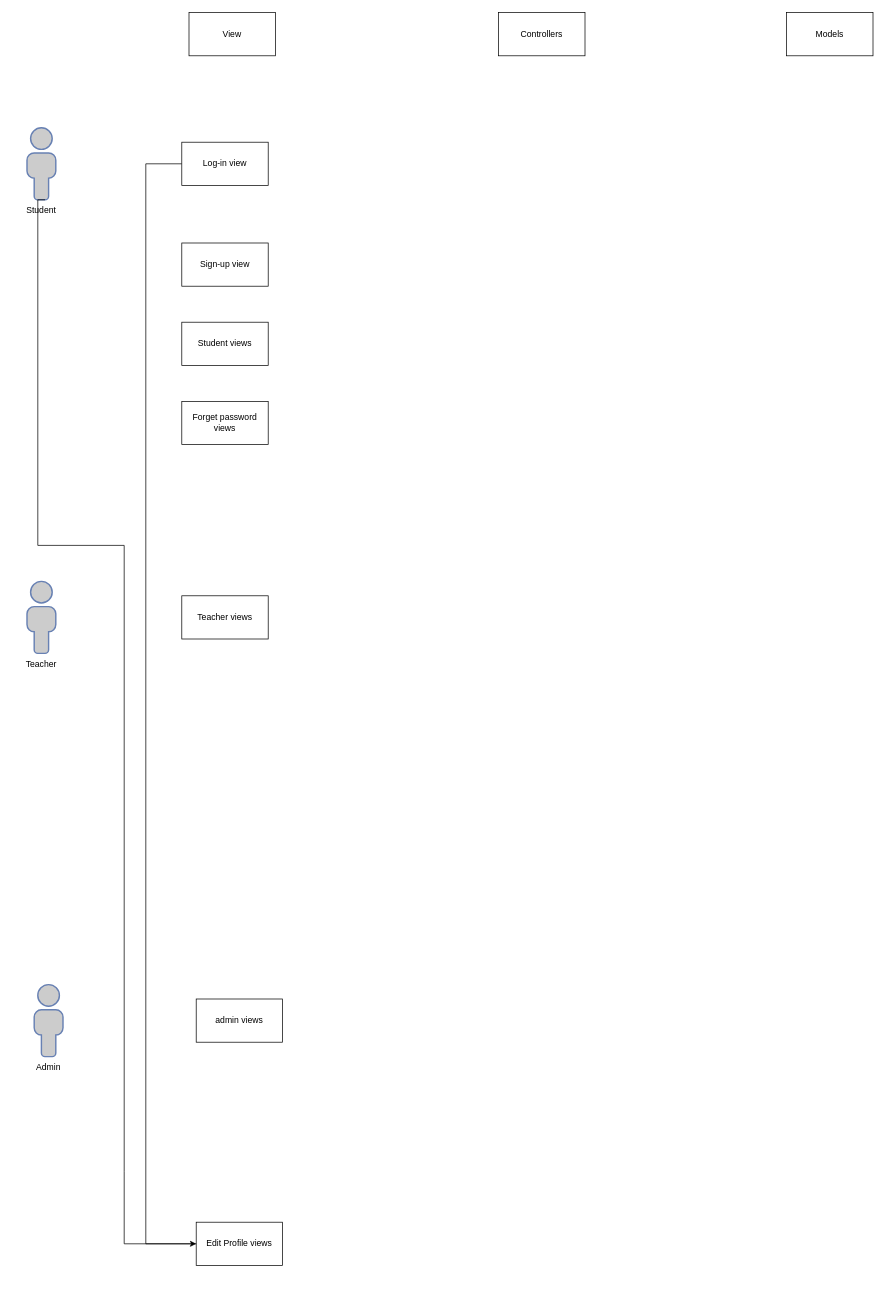
Before: Untitled Diagram.drawio in Abbsokhan/Abbasokhan, a draw.io diagram. Source tidied: cells renumbered, new cells numbered last; positions are measured from the earlier drawing's top-left corner, leaving out a move shared by most shapes. Both pictures are drawn from the tidied source at 72%, with x=0, y=0 at pixel (19, 12).
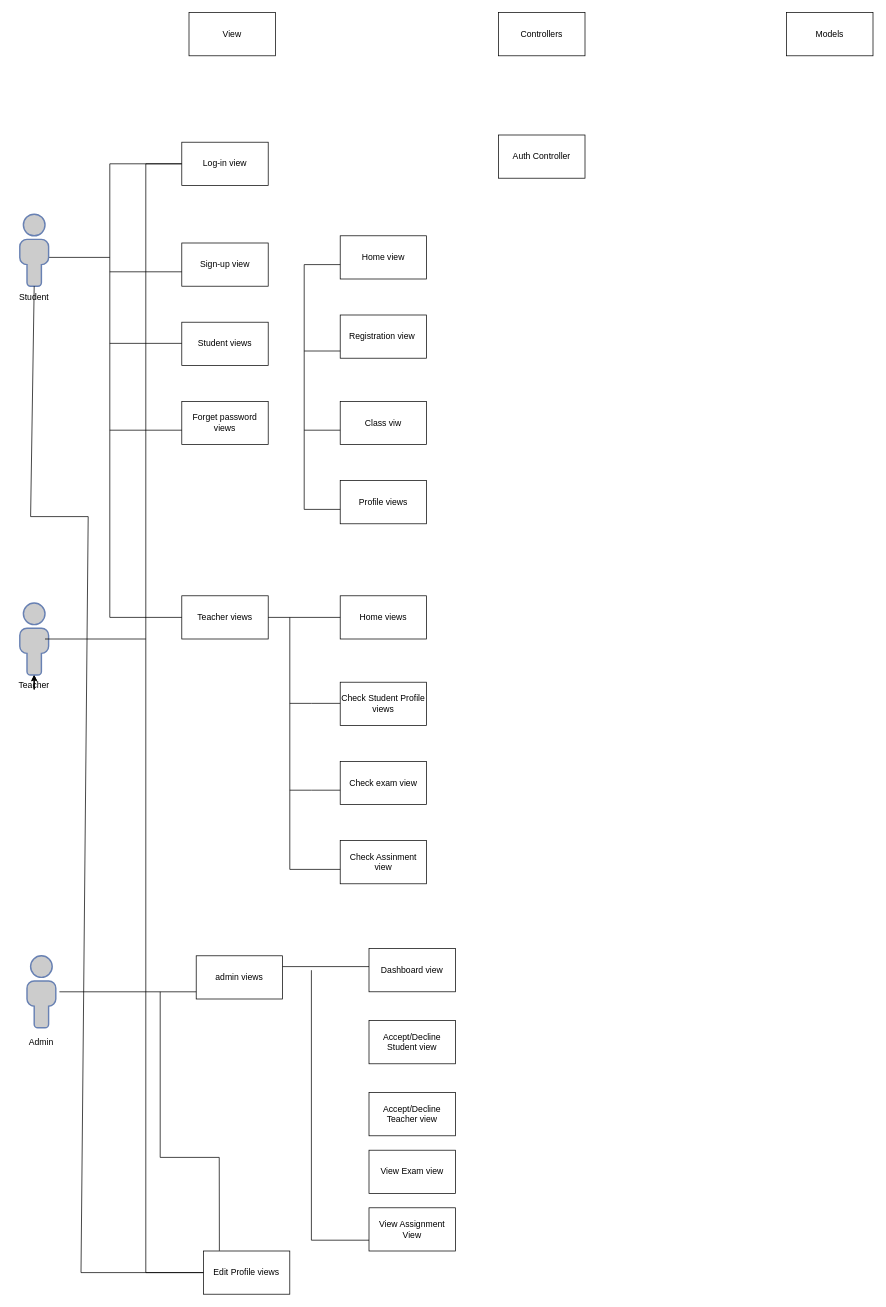
The same page after the edit.

Unchanged cells that the change refers to:
```xml
<mxCell id="12" value="Log-in view" style="rounded=0;whiteSpace=wrap;html=1;shadow=0;" parent="1" vertex="1">
  <mxGeometry x="225" y="180" width="120" height="60" as="geometry" />
</mxCell>
<mxCell id="15" value="Teacher views" style="rounded=0;whiteSpace=wrap;html=1;shadow=0;" parent="1" vertex="1">
  <mxGeometry x="225" y="810" width="120" height="60" as="geometry" />
</mxCell>
```

Diff of the diagram source:
```diff
@@
     <mxCell id="2" value="Student" style="text;strokeColor=none;align=center;fillColor=none;html=1;verticalAlign=middle;whiteSpace=wrap;rounded=0;" parent="1" vertex="1">
-      <mxGeometry y="260" width="60" height="30" as="geometry" />
+      <mxGeometry x="-10" y="380" width="60" height="30" as="geometry" />
     </mxCell>
+    <mxCell id="20" style="edgeStyle=orthogonalEdgeStyle;rounded=0;jettySize=auto;html=1;" parent="1" edge="1" source="3" target="6">
+      <mxGeometry relative="1" as="geometry" />
+    </mxCell>
+    <mxCell id="21" style="edgeStyle=orthogonalEdgeStyle;rounded=0;jettySize=auto;html=1;" parent="1" edge="1" source="3" target="6">
+      <mxGeometry relative="1" as="geometry" />
+    </mxCell>
     <mxCell id="3" value="Teacher" style="text;strokeColor=none;align=center;fillColor=none;html=1;verticalAlign=middle;whiteSpace=wrap;rounded=0;" parent="1" vertex="1">
-      <mxGeometry y="890" width="60" height="30" as="geometry" />
+      <mxGeometry x="-10" y="920" width="60" height="30" as="geometry" />
     </mxCell>
     <mxCell id="4" value="Admin" style="text;strokeColor=none;align=center;fillColor=none;html=1;verticalAlign=middle;whiteSpace=wrap;rounded=0;" parent="1" vertex="1">
-      <mxGeometry x="10" y="1450" width="60" height="30" as="geometry" />
+      <mxGeometry y="1415" width="60" height="30" as="geometry" />
     </mxCell>
-    <mxCell id="5" style="fontColor=#0066CC;verticalAlign=top;verticalLabelPosition=bottom;labelPosition=center;align=center;html=1;outlineConnect=0;fillColor=#CCCCCC;strokeColor=#6881B3;gradientColor=none;gradientDirection=north;strokeWidth=2;shape=mxgraph.networks.user_male;shadow=0;" parent="1" vertex="1">
-      <mxGeometry x="10" y="160" width="40" height="100" as="geometry" />
-    </mxCell>
     <mxCell id="6" style="fontColor=#0066CC;verticalAlign=top;verticalLabelPosition=bottom;labelPosition=center;align=center;html=1;outlineConnect=0;fillColor=#CCCCCC;strokeColor=#6881B3;gradientColor=none;gradientDirection=north;strokeWidth=2;shape=mxgraph.networks.user_male;shadow=0;" parent="1" vertex="1">
-      <mxGeometry x="10" y="790" width="40" height="100" as="geometry" />
+      <mxGeometry y="820" width="40" height="100" as="geometry" />
     </mxCell>
     <mxCell id="7" style="fontColor=#0066CC;verticalAlign=top;verticalLabelPosition=bottom;labelPosition=center;align=center;html=1;fillColor=#CCCCCC;strokeColor=#6881B3;gradientColor=none;gradientDirection=north;strokeWidth=2;shape=mxgraph.networks.user_male;shadow=0;" parent="1" vertex="1">
-      <mxGeometry x="20" y="1350" width="40" height="100" as="geometry" />
+      <mxGeometry x="10" y="1310" width="40" height="100" as="geometry" />
     </mxCell>
@@
     <mxCell id="11" style="edgeStyle=orthogonalEdgeStyle;rounded=0;jettySize=auto;html=1;" parent="1" edge="1" source="12">
       <mxGeometry relative="1" as="geometry">
-        <mxPoint x="245" y="1710" as="targetPoint" />
+        <mxPoint x="265" y="1750" as="targetPoint" />
         <Array as="points">
           <mxPoint x="175" y="210" />
-          <mxPoint x="175" y="1710" />
+          <mxPoint x="175" y="1750" />
+          <mxPoint x="255" y="1750" />
         </Array>
       </mxGeometry>
     </mxCell>
@@
     <mxCell id="13" value="admin views" style="rounded=0;whiteSpace=wrap;html=1;shadow=0;" parent="1" vertex="1">
-      <mxGeometry x="245" y="1370" width="120" height="60" as="geometry" />
+      <mxGeometry x="245" y="1310" width="120" height="60" as="geometry" />
     </mxCell>
     <mxCell id="14" value="Edit Profile views" style="rounded=0;whiteSpace=wrap;html=1;shadow=0;" parent="1" vertex="1">
-      <mxGeometry x="245" y="1680" width="120" height="60" as="geometry" />
+      <mxGeometry x="255" y="1720" width="120" height="60" as="geometry" />
     </mxCell>
@@
-    <mxCell id="19" style="endArrow=none;html=1;rounded=0;exitX=0;exitY=0.5;exitDx=0;exitDy=0;" parent="1" edge="1" source="14">
-      <mxGeometry relative="1" as="geometry">
-        <mxPoint x="35" y="260" as="targetPoint" />
-        <Array as="points">
-          <mxPoint x="145" y="1710" />
-          <mxPoint x="145" y="1610" />
-          <mxPoint x="145" y="740" />
-          <mxPoint x="25" y="740" />
-          <mxPoint x="25" y="260" />
-        </Array>
-      </mxGeometry>
-    </mxCell>
+    <mxCell id="22" style="endArrow=none;html=1;rounded=0;exitX=0;exitY=0.5;exitDx=0;exitDy=0;" parent="1" edge="1" source="15">
+      <mxGeometry relative="1" as="geometry">
+        <mxPoint x="225" y="210" as="targetPoint" />
+        <Array as="points">
+          <mxPoint x="125" y="840" />
+          <mxPoint x="125" y="210" />
+        </Array>
+      </mxGeometry>
+    </mxCell>
+    <mxCell id="23" style="endArrow=none;html=1;rounded=0;exitX=0.375;exitY=0.6;exitDx=0;exitDy=0;exitPerimeter=0;" parent="1" edge="1" source="5">
+      <mxGeometry relative="1" as="geometry">
+        <mxPoint x="125" y="340" as="targetPoint" />
+      </mxGeometry>
+    </mxCell>
+    <mxCell id="5" style="fontColor=#0066CC;verticalAlign=top;verticalLabelPosition=bottom;labelPosition=center;align=center;html=1;outlineConnect=0;fillColor=#CCCCCC;strokeColor=#6881B3;gradientColor=none;gradientDirection=north;strokeWidth=2;shape=mxgraph.networks.user_male;shadow=0;" parent="1" vertex="1">
+      <mxGeometry y="280" width="40" height="100" as="geometry" />
+    </mxCell>
+    <mxCell id="24" style="endArrow=none;html=1;rounded=0;exitX=0.375;exitY=0.6;exitDx=0;exitDy=0;exitPerimeter=0;" parent="1" edge="1">
+      <mxGeometry relative="1" as="geometry">
+        <mxPoint x="125" y="360" as="sourcePoint" />
+        <mxPoint x="225" y="360" as="targetPoint" />
+      </mxGeometry>
+    </mxCell>
+    <mxCell id="25" style="endArrow=none;html=1;rounded=0;exitX=0.375;exitY=0.6;exitDx=0;exitDy=0;exitPerimeter=0;" parent="1" edge="1">
+      <mxGeometry relative="1" as="geometry">
+        <mxPoint x="125" y="459.4" as="sourcePoint" />
+        <mxPoint x="225" y="459.4" as="targetPoint" />
+      </mxGeometry>
+    </mxCell>
+    <mxCell id="26" style="endArrow=none;html=1;rounded=0;exitX=0.375;exitY=0.6;exitDx=0;exitDy=0;exitPerimeter=0;" parent="1" edge="1">
+      <mxGeometry relative="1" as="geometry">
+        <mxPoint x="125" y="580" as="sourcePoint" />
+        <mxPoint x="225" y="580" as="targetPoint" />
+      </mxGeometry>
+    </mxCell>
+    <mxCell id="27" value="Auth Controller" style="rounded=0;whiteSpace=wrap;html=1;shadow=0;" parent="1" vertex="1">
+      <mxGeometry x="665" y="170" width="120" height="60" as="geometry" />
+    </mxCell>
+    <mxCell id="28" value="Home view" style="rounded=0;whiteSpace=wrap;html=1;shadow=0;" parent="1" vertex="1">
+      <mxGeometry x="445" y="310" width="120" height="60" as="geometry" />
+    </mxCell>
+    <mxCell id="29" value="Registration view&amp;nbsp;" style="rounded=0;whiteSpace=wrap;html=1;shadow=0;" parent="1" vertex="1">
+      <mxGeometry x="445" y="420" width="120" height="60" as="geometry" />
+    </mxCell>
+    <mxCell id="30" value="Class viw" style="rounded=0;whiteSpace=wrap;html=1;shadow=0;" parent="1" vertex="1">
+      <mxGeometry x="445" y="540" width="120" height="60" as="geometry" />
+    </mxCell>
+    <mxCell id="31" value="Profile views" style="rounded=0;whiteSpace=wrap;html=1;shadow=0;" parent="1" vertex="1">
+      <mxGeometry x="445" y="650" width="120" height="60" as="geometry" />
+    </mxCell>
+    <mxCell id="32" style="endArrow=none;html=1;rounded=0;" parent="1" edge="1">
+      <mxGeometry relative="1" as="geometry">
+        <mxPoint x="445" y="690" as="sourcePoint" />
+        <mxPoint x="445" y="350" as="targetPoint" />
+        <Array as="points">
+          <mxPoint x="395" y="690" />
+          <mxPoint x="395" y="350" />
+        </Array>
+      </mxGeometry>
+    </mxCell>
+    <mxCell id="33" style="endArrow=none;html=1;rounded=0;" parent="1" edge="1">
+      <mxGeometry relative="1" as="geometry">
+        <mxPoint x="395" y="470" as="sourcePoint" />
+        <mxPoint x="445" y="470" as="targetPoint" />
+      </mxGeometry>
+    </mxCell>
+    <mxCell id="34" style="endArrow=none;html=1;rounded=0;" parent="1" edge="1">
+      <mxGeometry relative="1" as="geometry">
+        <mxPoint x="395" y="580" as="sourcePoint" />
+        <mxPoint x="445" y="580" as="targetPoint" />
+      </mxGeometry>
+    </mxCell>
+    <mxCell id="35" value="Home views" style="rounded=0;whiteSpace=wrap;html=1;shadow=0;" parent="1" vertex="1">
+      <mxGeometry x="445" y="810" width="120" height="60" as="geometry" />
+    </mxCell>
+    <mxCell id="36" value="Check Student Profile views" style="rounded=0;whiteSpace=wrap;html=1;shadow=0;" parent="1" vertex="1">
+      <mxGeometry x="445" y="930" width="120" height="60" as="geometry" />
+    </mxCell>
+    <mxCell id="37" value="Check exam view" style="rounded=0;whiteSpace=wrap;html=1;shadow=0;" parent="1" vertex="1">
+      <mxGeometry x="445" y="1040" width="120" height="60" as="geometry" />
+    </mxCell>
+    <mxCell id="38" value="Check Assinment view" style="rounded=0;whiteSpace=wrap;html=1;shadow=0;" parent="1" vertex="1">
+      <mxGeometry x="445" y="1150" width="120" height="60" as="geometry" />
+    </mxCell>
+    <mxCell id="39" style="endArrow=none;html=1;rounded=0;entryX=0;entryY=0.5;entryDx=0;entryDy=0;" parent="1" edge="1" target="35">
+      <mxGeometry relative="1" as="geometry">
+        <mxPoint x="345" y="840" as="sourcePoint" />
+      </mxGeometry>
+    </mxCell>
+    <mxCell id="40" style="endArrow=none;html=1;rounded=0;" parent="1" edge="1">
+      <mxGeometry relative="1" as="geometry">
+        <mxPoint x="445" y="1190" as="sourcePoint" />
+        <mxPoint x="375" y="840" as="targetPoint" />
+        <Array as="points">
+          <mxPoint x="375" y="1190" />
+        </Array>
+      </mxGeometry>
+    </mxCell>
+    <mxCell id="41" style="endArrow=none;html=1;rounded=0;" parent="1" edge="1">
+      <mxGeometry relative="1" as="geometry">
+        <mxPoint x="375" y="1080" as="sourcePoint" />
+        <mxPoint x="445" y="1080" as="targetPoint" />
+        <Array as="points">
+          <mxPoint x="405" y="1080" />
+        </Array>
+      </mxGeometry>
+    </mxCell>
+    <mxCell id="42" style="endArrow=none;html=1;rounded=0;" parent="1" edge="1">
+      <mxGeometry relative="1" as="geometry">
+        <mxPoint x="375" y="959.4" as="sourcePoint" />
+        <mxPoint x="445" y="959.4" as="targetPoint" />
+        <Array as="points">
+          <mxPoint x="405" y="959.4" />
+        </Array>
+      </mxGeometry>
+    </mxCell>
+    <mxCell id="43" value="Dashboard view" style="rounded=0;whiteSpace=wrap;html=1;shadow=0;" parent="1" vertex="1">
+      <mxGeometry x="485" y="1300" width="120" height="60" as="geometry" />
+    </mxCell>
+    <mxCell id="44" value="Accept/Decline Student view" style="rounded=0;whiteSpace=wrap;html=1;shadow=0;" parent="1" vertex="1">
+      <mxGeometry x="485" y="1400" width="120" height="60" as="geometry" />
+    </mxCell>
+    <mxCell id="45" value="Accept/Decline Teacher view" style="rounded=0;whiteSpace=wrap;html=1;shadow=0;" parent="1" vertex="1">
+      <mxGeometry x="485" y="1500" width="120" height="60" as="geometry" />
+    </mxCell>
+    <mxCell id="46" value="View Exam view" style="rounded=0;whiteSpace=wrap;html=1;shadow=0;" parent="1" vertex="1">
+      <mxGeometry x="485" y="1580" width="120" height="60" as="geometry" />
+    </mxCell>
+    <mxCell id="47" value="View Assignment View" style="rounded=0;whiteSpace=wrap;html=1;shadow=0;" parent="1" vertex="1">
+      <mxGeometry x="485" y="1660" width="120" height="60" as="geometry" />
+    </mxCell>
+    <mxCell id="48" style="endArrow=none;html=1;rounded=0;" parent="1" edge="1">
+      <mxGeometry relative="1" as="geometry">
+        <mxPoint x="35" y="870" as="sourcePoint" />
+        <mxPoint x="175" y="870" as="targetPoint" />
+      </mxGeometry>
+    </mxCell>
+    <mxCell id="49" style="endArrow=none;html=1;rounded=0;" parent="1" edge="1">
+      <mxGeometry relative="1" as="geometry">
+        <mxPoint x="55" y="1360" as="sourcePoint" />
+        <mxPoint x="245" y="1360" as="targetPoint" />
+      </mxGeometry>
+    </mxCell>
+    <mxCell id="50" style="endArrow=none;html=1;rounded=0;entryX=0.185;entryY=-0.005;entryDx=0;entryDy=0;entryPerimeter=0;" parent="1" edge="1" target="14">
+      <mxGeometry relative="1" as="geometry">
+        <mxPoint x="195" y="1360" as="sourcePoint" />
+        <Array as="points">
+          <mxPoint x="195" y="1590" />
+          <mxPoint x="277" y="1590" />
+        </Array>
+      </mxGeometry>
+    </mxCell>
+    <mxCell id="51" style="endArrow=none;html=1;rounded=0;exitX=0.5;exitY=0;exitDx=0;exitDy=0;entryX=0;entryY=0.5;entryDx=0;entryDy=0;" parent="1" edge="1" source="2" target="14">
+      <mxGeometry relative="1" as="geometry">
+        <Array as="points">
+          <mxPoint x="15" y="700" />
+          <mxPoint x="95" y="700" />
+          <mxPoint x="85" y="1750" />
+        </Array>
+      </mxGeometry>
+    </mxCell>
+    <mxCell id="52" style="endArrow=none;html=1;rounded=0;exitX=1;exitY=0.25;exitDx=0;exitDy=0;" parent="1" edge="1" source="13">
+      <mxGeometry relative="1" as="geometry">
+        <mxPoint x="485" y="1325" as="targetPoint" />
+      </mxGeometry>
+    </mxCell>
+    <mxCell id="53" style="endArrow=none;html=1;rounded=0;exitX=0;exitY=0.75;exitDx=0;exitDy=0;" parent="1" edge="1" source="47">
+      <mxGeometry relative="1" as="geometry">
+        <mxPoint x="405" y="1330" as="targetPoint" />
+        <Array as="points">
+          <mxPoint x="405" y="1705" />
+        </Array>
+      </mxGeometry>
+    </mxCell>
```
